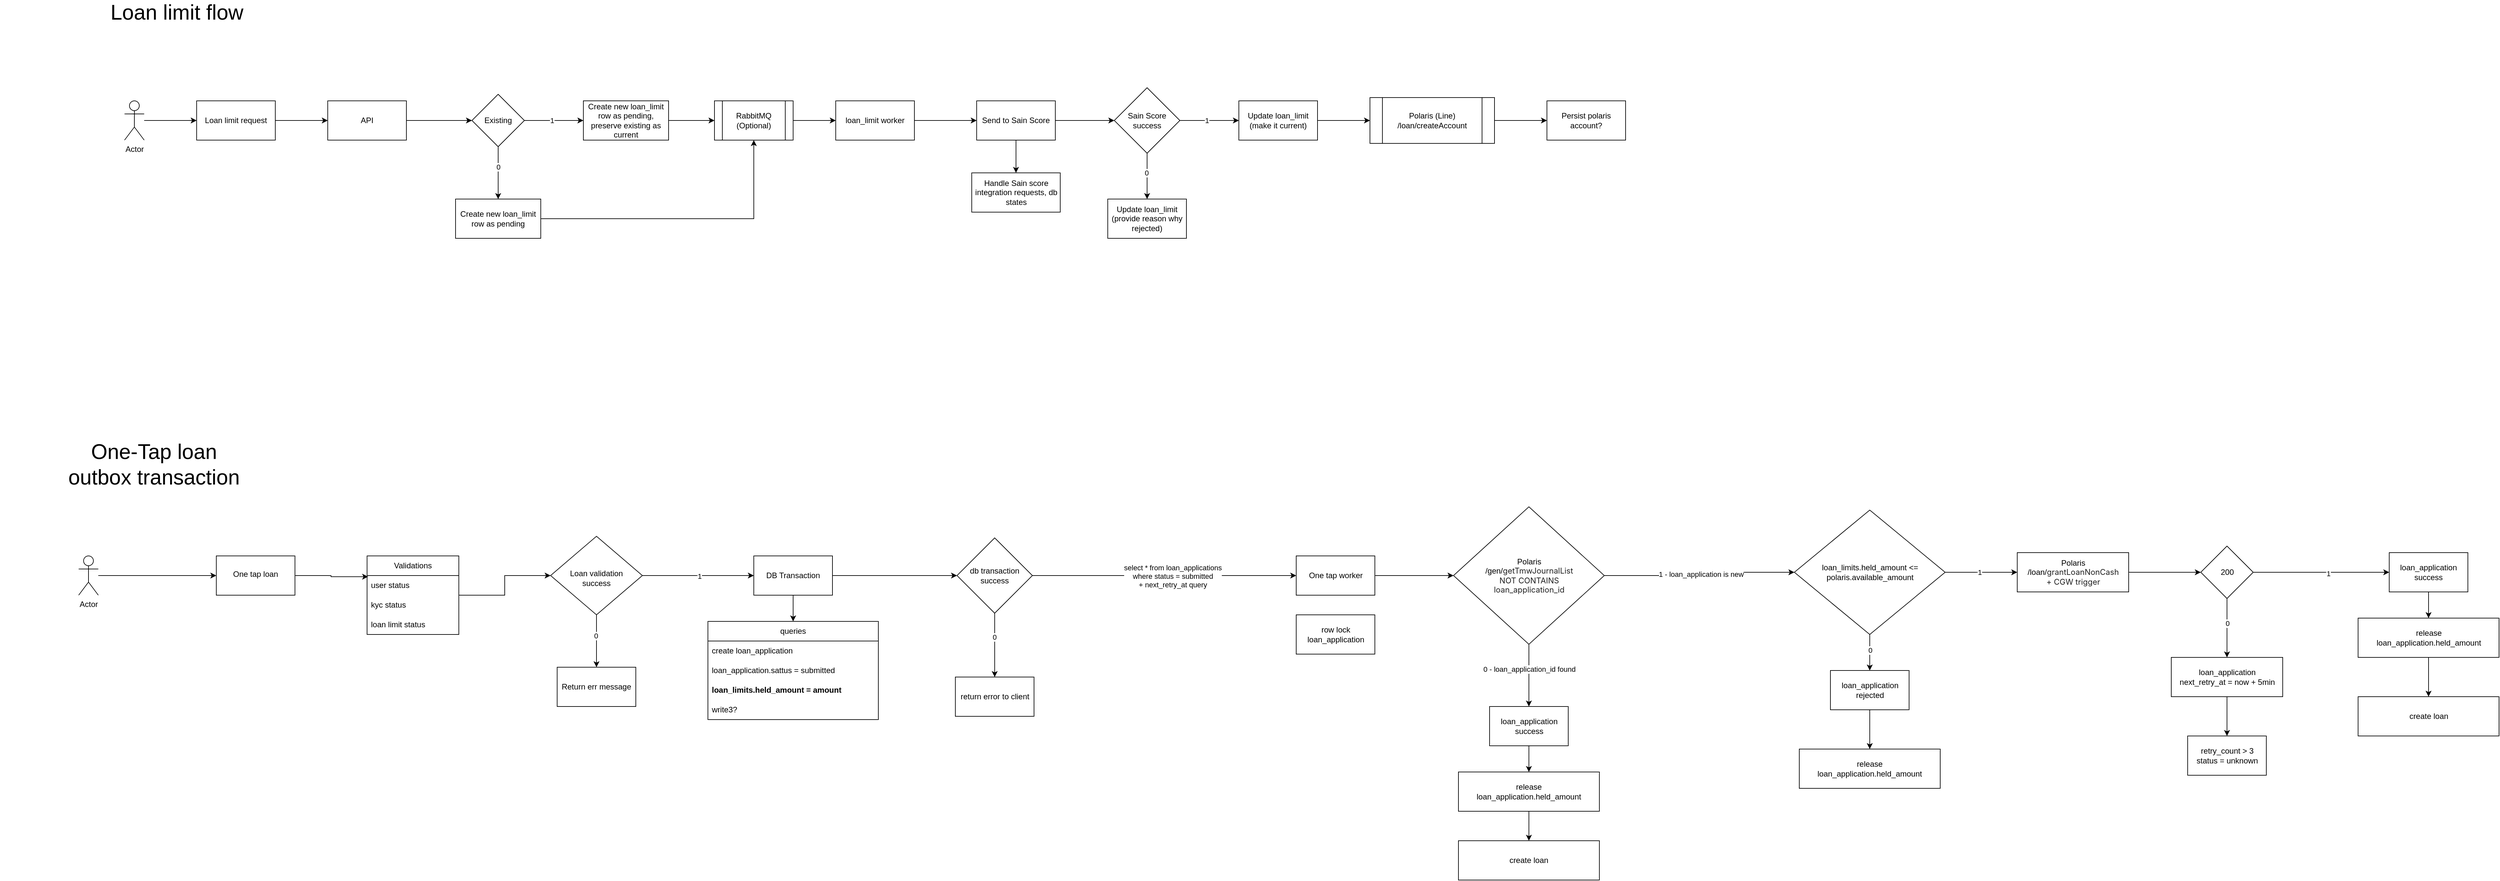
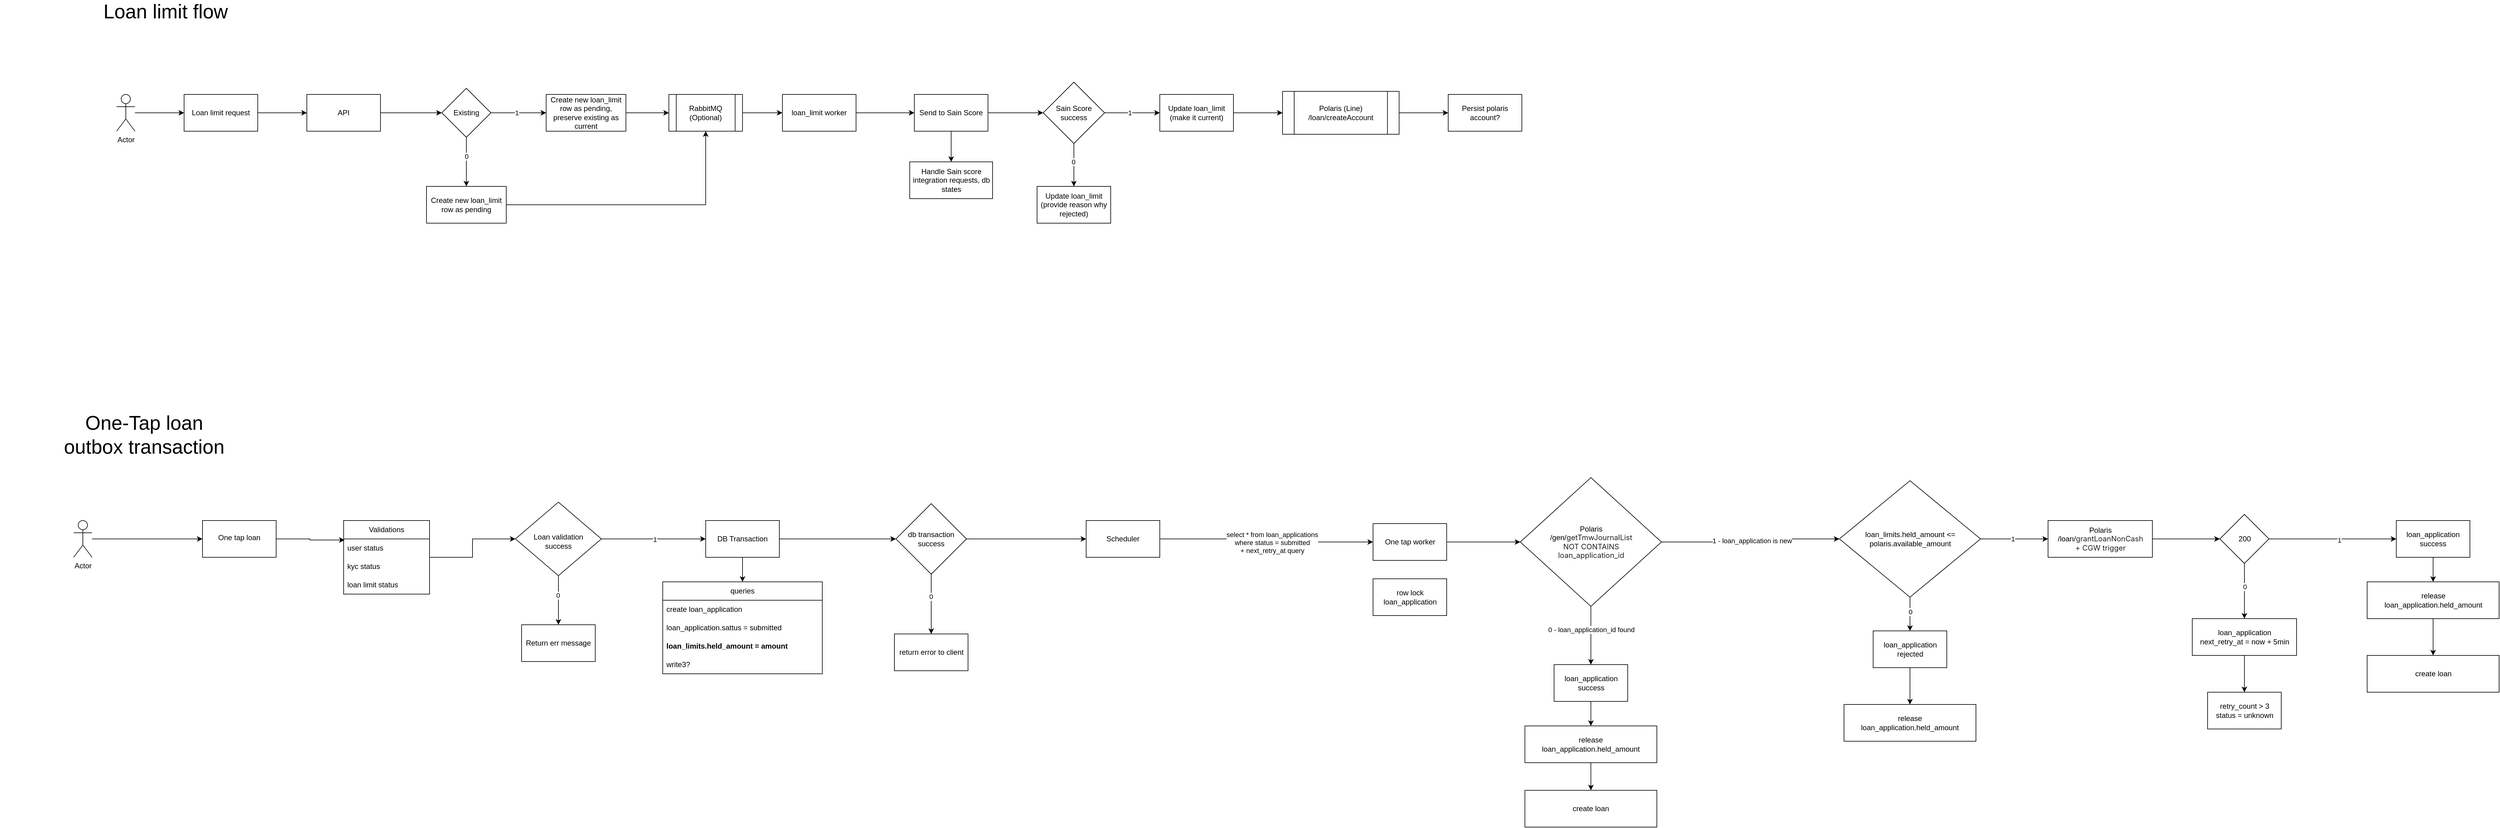
<mxfile host="app.diagrams.net">
  <diagram name="Page-1" id="VCBSuIh8bz7kurrQ0Zaz">
-     <mxGraphModel dx="2338" dy="870" grid="1" gridSize="10" guides="1" tooltips="1" connect="1" arrows="1" fold="1" page="1" pageScale="1" pageWidth="850" pageHeight="1100" math="0" shadow="0">
+     <mxGraphModel dx="2067" dy="712" grid="1" gridSize="10" guides="1" tooltips="1" connect="1" arrows="1" fold="1" page="1" pageScale="1" pageWidth="850" pageHeight="1100" math="0" shadow="0">
      <root>
        <mxCell id="0" />
        <mxCell id="1" parent="0" />
        <mxCell id="KqixbsF9o6dLofBvsG9t-5" edge="1" parent="1" source="KqixbsF9o6dLofBvsG9t-1" style="edgeStyle=orthogonalEdgeStyle;rounded=0;orthogonalLoop=1;jettySize=auto;html=1;" target="KqixbsF9o6dLofBvsG9t-4" value="">
          <mxGeometry relative="1" as="geometry" />
        </mxCell>
        <mxCell id="KqixbsF9o6dLofBvsG9t-1" parent="1" style="rounded=0;whiteSpace=wrap;html=1;" value="Loan limit request" vertex="1">
          <mxGeometry height="60" width="120" x="150" y="210" as="geometry" />
        </mxCell>
        <mxCell id="KqixbsF9o6dLofBvsG9t-3" edge="1" parent="1" source="KqixbsF9o6dLofBvsG9t-2" style="edgeStyle=orthogonalEdgeStyle;rounded=0;orthogonalLoop=1;jettySize=auto;html=1;" target="KqixbsF9o6dLofBvsG9t-1" value="">
          <mxGeometry relative="1" as="geometry" />
        </mxCell>
        <mxCell id="KqixbsF9o6dLofBvsG9t-2" parent="1" style="shape=umlActor;verticalLabelPosition=bottom;verticalAlign=top;html=1;outlineConnect=0;" value="Actor" vertex="1">
          <mxGeometry height="60" width="30" x="40" y="210" as="geometry" />
        </mxCell>
        <mxCell id="KqixbsF9o6dLofBvsG9t-9" edge="1" parent="1" source="KqixbsF9o6dLofBvsG9t-4" style="edgeStyle=orthogonalEdgeStyle;rounded=0;orthogonalLoop=1;jettySize=auto;html=1;" target="KqixbsF9o6dLofBvsG9t-8" value="">
          <mxGeometry relative="1" as="geometry" />
        </mxCell>
        <mxCell id="KqixbsF9o6dLofBvsG9t-4" parent="1" style="rounded=0;whiteSpace=wrap;html=1;" value="API" vertex="1">
          <mxGeometry height="60" width="120" x="350" y="210" as="geometry" />
        </mxCell>
        <mxCell id="KqixbsF9o6dLofBvsG9t-11" edge="1" parent="1" source="KqixbsF9o6dLofBvsG9t-8" style="edgeStyle=orthogonalEdgeStyle;rounded=0;orthogonalLoop=1;jettySize=auto;html=1;" target="KqixbsF9o6dLofBvsG9t-10" value="">
          <mxGeometry relative="1" as="geometry" />
        </mxCell>
        <mxCell id="KqixbsF9o6dLofBvsG9t-12" connectable="0" parent="KqixbsF9o6dLofBvsG9t-11" style="edgeLabel;html=1;align=center;verticalAlign=middle;resizable=0;points=[];" value="1" vertex="1">
          <mxGeometry relative="1" x="-0.079" as="geometry">
            <mxPoint as="offset" />
          </mxGeometry>
        </mxCell>
        <mxCell id="KqixbsF9o6dLofBvsG9t-14" edge="1" parent="1" source="KqixbsF9o6dLofBvsG9t-8" style="edgeStyle=orthogonalEdgeStyle;rounded=0;orthogonalLoop=1;jettySize=auto;html=1;" target="KqixbsF9o6dLofBvsG9t-13" value="">
          <mxGeometry relative="1" as="geometry" />
        </mxCell>
        <mxCell id="KqixbsF9o6dLofBvsG9t-15" connectable="0" parent="KqixbsF9o6dLofBvsG9t-14" style="edgeLabel;html=1;align=center;verticalAlign=middle;resizable=0;points=[];" value="0" vertex="1">
          <mxGeometry relative="1" x="-0.2407" as="geometry">
            <mxPoint as="offset" />
          </mxGeometry>
        </mxCell>
        <mxCell id="KqixbsF9o6dLofBvsG9t-8" parent="1" style="rhombus;whiteSpace=wrap;html=1;rounded=0;" value="Existing" vertex="1">
          <mxGeometry height="80" width="80" x="570" y="200" as="geometry" />
        </mxCell>
        <mxCell id="KqixbsF9o6dLofBvsG9t-23" edge="1" parent="1" source="KqixbsF9o6dLofBvsG9t-10" style="edgeStyle=orthogonalEdgeStyle;rounded=0;orthogonalLoop=1;jettySize=auto;html=1;" target="KqixbsF9o6dLofBvsG9t-22" value="">
          <mxGeometry relative="1" as="geometry" />
        </mxCell>
        <mxCell id="KqixbsF9o6dLofBvsG9t-10" parent="1" style="whiteSpace=wrap;html=1;rounded=0;" value="Create new loan_limit row as pending, preserve existing as current" vertex="1">
          <mxGeometry height="60" width="130" x="740" y="210" as="geometry" />
        </mxCell>
        <mxCell id="KqixbsF9o6dLofBvsG9t-26" edge="1" parent="1" source="KqixbsF9o6dLofBvsG9t-13" style="edgeStyle=orthogonalEdgeStyle;rounded=0;orthogonalLoop=1;jettySize=auto;html=1;entryX=0.5;entryY=1;entryDx=0;entryDy=0;" target="KqixbsF9o6dLofBvsG9t-22">
          <mxGeometry relative="1" as="geometry" />
        </mxCell>
        <mxCell id="KqixbsF9o6dLofBvsG9t-13" parent="1" style="whiteSpace=wrap;html=1;rounded=0;" value="Create new loan_limit row as pending" vertex="1">
          <mxGeometry height="60" width="130" x="545" y="360" as="geometry" />
        </mxCell>
        <mxCell id="KqixbsF9o6dLofBvsG9t-25" edge="1" parent="1" source="KqixbsF9o6dLofBvsG9t-22" style="edgeStyle=orthogonalEdgeStyle;rounded=0;orthogonalLoop=1;jettySize=auto;html=1;" target="KqixbsF9o6dLofBvsG9t-24" value="">
          <mxGeometry relative="1" as="geometry" />
        </mxCell>
        <mxCell id="KqixbsF9o6dLofBvsG9t-22" parent="1" style="shape=process;whiteSpace=wrap;html=1;backgroundOutline=1;rounded=0;" value="RabbitMQ (Optional)" vertex="1">
          <mxGeometry height="60" width="120" x="940" y="210" as="geometry" />
        </mxCell>
        <mxCell id="KqixbsF9o6dLofBvsG9t-28" edge="1" parent="1" source="KqixbsF9o6dLofBvsG9t-24" style="edgeStyle=orthogonalEdgeStyle;rounded=0;orthogonalLoop=1;jettySize=auto;html=1;" target="KqixbsF9o6dLofBvsG9t-27" value="">
          <mxGeometry relative="1" as="geometry" />
        </mxCell>
        <mxCell id="KqixbsF9o6dLofBvsG9t-24" parent="1" style="whiteSpace=wrap;html=1;rounded=0;" value="loan_limit worker" vertex="1">
          <mxGeometry height="60" width="120" x="1125" y="210" as="geometry" />
        </mxCell>
        <mxCell id="KqixbsF9o6dLofBvsG9t-30" edge="1" parent="1" source="KqixbsF9o6dLofBvsG9t-27" style="edgeStyle=orthogonalEdgeStyle;rounded=0;orthogonalLoop=1;jettySize=auto;html=1;" target="KqixbsF9o6dLofBvsG9t-29" value="">
          <mxGeometry relative="1" as="geometry" />
        </mxCell>
        <mxCell id="KqixbsF9o6dLofBvsG9t-38" edge="1" parent="1" source="KqixbsF9o6dLofBvsG9t-27" style="edgeStyle=orthogonalEdgeStyle;rounded=0;orthogonalLoop=1;jettySize=auto;html=1;" target="KqixbsF9o6dLofBvsG9t-37" value="">
          <mxGeometry relative="1" as="geometry" />
        </mxCell>
        <mxCell id="KqixbsF9o6dLofBvsG9t-27" parent="1" style="whiteSpace=wrap;html=1;rounded=0;" value="Send to Sain Score" vertex="1">
          <mxGeometry height="60" width="120" x="1340" y="210" as="geometry" />
        </mxCell>
        <mxCell id="KqixbsF9o6dLofBvsG9t-32" edge="1" parent="1" source="KqixbsF9o6dLofBvsG9t-29" style="edgeStyle=orthogonalEdgeStyle;rounded=0;orthogonalLoop=1;jettySize=auto;html=1;" target="KqixbsF9o6dLofBvsG9t-31" value="">
          <mxGeometry relative="1" as="geometry" />
        </mxCell>
        <mxCell id="KqixbsF9o6dLofBvsG9t-33" connectable="0" parent="KqixbsF9o6dLofBvsG9t-32" style="edgeLabel;html=1;align=center;verticalAlign=middle;resizable=0;points=[];" value="1" vertex="1">
          <mxGeometry relative="1" x="-0.1048" as="geometry">
            <mxPoint as="offset" />
          </mxGeometry>
        </mxCell>
        <mxCell id="KqixbsF9o6dLofBvsG9t-35" edge="1" parent="1" source="KqixbsF9o6dLofBvsG9t-29" style="edgeStyle=orthogonalEdgeStyle;rounded=0;orthogonalLoop=1;jettySize=auto;html=1;" target="KqixbsF9o6dLofBvsG9t-34" value="">
          <mxGeometry relative="1" as="geometry" />
        </mxCell>
        <mxCell id="KqixbsF9o6dLofBvsG9t-36" connectable="0" parent="KqixbsF9o6dLofBvsG9t-35" style="edgeLabel;html=1;align=center;verticalAlign=middle;resizable=0;points=[];" value="0" vertex="1">
          <mxGeometry relative="1" x="-0.1429" y="-1" as="geometry">
            <mxPoint as="offset" />
          </mxGeometry>
        </mxCell>
        <mxCell id="KqixbsF9o6dLofBvsG9t-29" parent="1" style="rhombus;whiteSpace=wrap;html=1;rounded=0;" value="Sain Score success" vertex="1">
          <mxGeometry height="100" width="100" x="1550" y="190" as="geometry" />
        </mxCell>
        <mxCell id="KqixbsF9o6dLofBvsG9t-66" edge="1" parent="1" source="KqixbsF9o6dLofBvsG9t-31" style="edgeStyle=orthogonalEdgeStyle;rounded=0;orthogonalLoop=1;jettySize=auto;html=1;" target="KqixbsF9o6dLofBvsG9t-65" value="">
          <mxGeometry relative="1" as="geometry" />
        </mxCell>
        <mxCell id="KqixbsF9o6dLofBvsG9t-31" parent="1" style="whiteSpace=wrap;html=1;rounded=0;" value="Update loan_limit (make it current)" vertex="1">
          <mxGeometry height="60" width="120" x="1740" y="210" as="geometry" />
        </mxCell>
        <mxCell id="KqixbsF9o6dLofBvsG9t-34" parent="1" style="whiteSpace=wrap;html=1;rounded=0;" value="Update loan_limit&lt;br&gt;(provide reason why rejected)" vertex="1">
          <mxGeometry height="60" width="120" x="1540" y="360" as="geometry" />
        </mxCell>
        <mxCell id="KqixbsF9o6dLofBvsG9t-37" parent="1" style="whiteSpace=wrap;html=1;rounded=0;" value="Handle Sain score integration requests, db states" vertex="1">
          <mxGeometry height="60" width="135" x="1332.5" y="320" as="geometry" />
        </mxCell>
        <mxCell id="KqixbsF9o6dLofBvsG9t-40" parent="1" style="text;html=1;whiteSpace=wrap;strokeColor=none;fillColor=none;align=center;verticalAlign=middle;rounded=0;fontSize=32;" value="Loan limit flow" vertex="1">
          <mxGeometry height="30" width="260" x="-10" y="60" as="geometry" />
        </mxCell>
        <mxCell id="KqixbsF9o6dLofBvsG9t-74" edge="1" parent="1" source="KqixbsF9o6dLofBvsG9t-65" style="edgeStyle=orthogonalEdgeStyle;rounded=0;orthogonalLoop=1;jettySize=auto;html=1;" target="KqixbsF9o6dLofBvsG9t-73" value="">
          <mxGeometry relative="1" as="geometry" />
        </mxCell>
        <mxCell id="KqixbsF9o6dLofBvsG9t-65" parent="1" style="shape=process;whiteSpace=wrap;html=1;backgroundOutline=1;rounded=0;" value="Polaris (Line)&lt;br&gt;/loan/createAccount" vertex="1">
          <mxGeometry height="70" width="190" x="1940" y="205" as="geometry" />
        </mxCell>
        <mxCell id="KqixbsF9o6dLofBvsG9t-73" parent="1" style="whiteSpace=wrap;html=1;rounded=0;" value="Persist polaris account?" vertex="1">
          <mxGeometry height="60" width="120" x="2210" y="210" as="geometry" />
        </mxCell>
        <mxCell id="U8Ajh8Gpa-m2DNKNFQys-1" parent="1" style="text;html=1;whiteSpace=wrap;strokeColor=none;fillColor=none;align=center;verticalAlign=middle;rounded=0;fontSize=32;" value="One-Tap loan&lt;br&gt;outbox transaction" vertex="1">
          <mxGeometry height="30" width="470" x="-150" y="750" as="geometry" />
        </mxCell>
        <mxCell id="In8fDh9ZLN2M87an2Miy-1" edge="1" parent="1" source="In8fDh9ZLN2M87an2Miy-2" style="edgeStyle=orthogonalEdgeStyle;rounded=0;orthogonalLoop=1;jettySize=auto;html=1;" target="In8fDh9ZLN2M87an2Miy-4" value="">
          <mxGeometry relative="1" as="geometry" />
        </mxCell>
        <mxCell id="In8fDh9ZLN2M87an2Miy-2" parent="1" style="shape=umlActor;verticalLabelPosition=bottom;verticalAlign=top;html=1;outlineConnect=0;" value="Actor" vertex="1">
          <mxGeometry height="60" width="30" x="-30" y="905" as="geometry" />
        </mxCell>
        <mxCell id="In8fDh9ZLN2M87an2Miy-3" edge="1" parent="1" source="In8fDh9ZLN2M87an2Miy-4" style="edgeStyle=orthogonalEdgeStyle;rounded=0;orthogonalLoop=1;jettySize=auto;html=1;entryX=0.011;entryY=0.06;entryDx=0;entryDy=0;entryPerimeter=0;" target="In8fDh9ZLN2M87an2Miy-28" value="">
          <mxGeometry relative="1" as="geometry">
            <mxPoint x="390" y="935" as="targetPoint" />
          </mxGeometry>
        </mxCell>
        <mxCell id="In8fDh9ZLN2M87an2Miy-4" parent="1" style="whiteSpace=wrap;html=1;verticalAlign=top;" value="&lt;div&gt;&lt;br&gt;&lt;/div&gt;&lt;div&gt;One tap loan&lt;/div&gt;" vertex="1">
          <mxGeometry height="60" width="120" x="180" y="905" as="geometry" />
        </mxCell>
        <mxCell id="In8fDh9ZLN2M87an2Miy-5" edge="1" parent="1" source="In8fDh9ZLN2M87an2Miy-9" style="edgeStyle=orthogonalEdgeStyle;rounded=0;orthogonalLoop=1;jettySize=auto;html=1;" target="In8fDh9ZLN2M87an2Miy-12" value="">
          <mxGeometry relative="1" as="geometry" />
        </mxCell>
        <mxCell id="In8fDh9ZLN2M87an2Miy-6" connectable="0" parent="In8fDh9ZLN2M87an2Miy-5" style="edgeLabel;html=1;align=center;verticalAlign=middle;resizable=0;points=[];" value="1" vertex="1">
          <mxGeometry relative="1" x="0.0162" y="-1" as="geometry">
            <mxPoint as="offset" />
          </mxGeometry>
        </mxCell>
        <mxCell id="In8fDh9ZLN2M87an2Miy-7" edge="1" parent="1" source="In8fDh9ZLN2M87an2Miy-9" style="edgeStyle=orthogonalEdgeStyle;rounded=0;orthogonalLoop=1;jettySize=auto;html=1;" target="In8fDh9ZLN2M87an2Miy-13" value="">
          <mxGeometry relative="1" as="geometry" />
        </mxCell>
        <mxCell id="In8fDh9ZLN2M87an2Miy-8" connectable="0" parent="In8fDh9ZLN2M87an2Miy-7" style="edgeLabel;html=1;align=center;verticalAlign=middle;resizable=0;points=[];" value="0" vertex="1">
          <mxGeometry relative="1" x="-0.2091" y="-1" as="geometry">
            <mxPoint as="offset" />
          </mxGeometry>
        </mxCell>
        <mxCell id="In8fDh9ZLN2M87an2Miy-9" parent="1" style="rhombus;whiteSpace=wrap;html=1;verticalAlign=top;" value="&lt;br&gt;&lt;br&gt;&lt;div&gt;&lt;br&gt;&lt;/div&gt;&lt;div&gt;Loan validation&lt;br&gt;success&lt;/div&gt;" vertex="1">
          <mxGeometry height="120" width="140" x="690" y="875" as="geometry" />
        </mxCell>
        <mxCell id="In8fDh9ZLN2M87an2Miy-10" edge="1" parent="1" source="In8fDh9ZLN2M87an2Miy-12" style="edgeStyle=orthogonalEdgeStyle;rounded=0;orthogonalLoop=1;jettySize=auto;html=1;entryX=0.5;entryY=0;entryDx=0;entryDy=0;" target="In8fDh9ZLN2M87an2Miy-14">
          <mxGeometry relative="1" as="geometry" />
        </mxCell>
-         <mxCell id="In8fDh9ZLN2M87an2Miy-54" edge="1" parent="1" source="In8fDh9ZLN2M87an2Miy-98" style="edgeStyle=orthogonalEdgeStyle;rounded=0;orthogonalLoop=1;jettySize=auto;html=1;exitX=1;exitY=0.5;exitDx=0;exitDy=0;" target="In8fDh9ZLN2M87an2Miy-53" value="">
+         <mxCell id="In8fDh9ZLN2M87an2Miy-54" edge="1" parent="1" source="In8fDh9ZLN2M87an2Miy-105" style="edgeStyle=orthogonalEdgeStyle;rounded=0;orthogonalLoop=1;jettySize=auto;html=1;exitX=1;exitY=0.5;exitDx=0;exitDy=0;" target="In8fDh9ZLN2M87an2Miy-53" value="">
          <mxGeometry relative="1" as="geometry">
-             <mxPoint x="1370" y="935" as="sourcePoint" />
+             <mxPoint x="1830" y="940" as="sourcePoint" />
          </mxGeometry>
        </mxCell>
        <mxCell id="In8fDh9ZLN2M87an2Miy-55" connectable="0" parent="In8fDh9ZLN2M87an2Miy-54" style="edgeLabel;html=1;align=center;verticalAlign=middle;resizable=0;points=[];" value="select * from loan_applications&lt;br&gt;where status = submitted&lt;br&gt;+ next_retry_at query" vertex="1">
          <mxGeometry relative="1" x="0.0637" y="-1" as="geometry">
            <mxPoint as="offset" />
          </mxGeometry>
        </mxCell>
        <mxCell id="In8fDh9ZLN2M87an2Miy-99" edge="1" parent="1" source="In8fDh9ZLN2M87an2Miy-12" style="edgeStyle=orthogonalEdgeStyle;rounded=0;orthogonalLoop=1;jettySize=auto;html=1;" target="In8fDh9ZLN2M87an2Miy-98" value="">
          <mxGeometry relative="1" as="geometry" />
        </mxCell>
        <mxCell id="In8fDh9ZLN2M87an2Miy-12" parent="1" style="whiteSpace=wrap;html=1;verticalAlign=middle;" value="DB Transaction" vertex="1">
          <mxGeometry height="60" width="120" x="1000" y="905" as="geometry" />
        </mxCell>
        <mxCell id="In8fDh9ZLN2M87an2Miy-13" parent="1" style="whiteSpace=wrap;html=1;verticalAlign=middle;" value="Return err message" vertex="1">
          <mxGeometry height="60" width="120" x="700" y="1075" as="geometry" />
        </mxCell>
        <mxCell id="In8fDh9ZLN2M87an2Miy-14" parent="1" style="swimlane;fontStyle=0;childLayout=stackLayout;horizontal=1;startSize=30;horizontalStack=0;resizeParent=1;resizeParentMax=0;resizeLast=0;collapsible=1;marginBottom=0;whiteSpace=wrap;html=1;" value="queries" vertex="1">
          <mxGeometry height="150" width="260" x="930" y="1005" as="geometry" />
        </mxCell>
        <mxCell id="In8fDh9ZLN2M87an2Miy-15" parent="In8fDh9ZLN2M87an2Miy-14" style="text;strokeColor=none;fillColor=none;align=left;verticalAlign=middle;spacingLeft=4;spacingRight=4;overflow=hidden;points=[[0,0.5],[1,0.5]];portConstraint=eastwest;rotatable=0;whiteSpace=wrap;html=1;" value="create loan_application" vertex="1">
          <mxGeometry height="30" width="260" y="30" as="geometry" />
        </mxCell>
        <mxCell id="In8fDh9ZLN2M87an2Miy-104" parent="In8fDh9ZLN2M87an2Miy-14" style="text;strokeColor=none;fillColor=none;align=left;verticalAlign=middle;spacingLeft=4;spacingRight=4;overflow=hidden;points=[[0,0.5],[1,0.5]];portConstraint=eastwest;rotatable=0;whiteSpace=wrap;html=1;" value="loan_application.sattus = submitted" vertex="1">
          <mxGeometry height="30" width="260" y="60" as="geometry" />
        </mxCell>
        <mxCell id="In8fDh9ZLN2M87an2Miy-16" parent="In8fDh9ZLN2M87an2Miy-14" style="text;strokeColor=none;fillColor=none;align=left;verticalAlign=middle;spacingLeft=4;spacingRight=4;overflow=hidden;points=[[0,0.5],[1,0.5]];portConstraint=eastwest;rotatable=0;whiteSpace=wrap;html=1;fontStyle=1" value="loan_limits.held_amount = amount" vertex="1">
          <mxGeometry height="30" width="260" y="90" as="geometry" />
        </mxCell>
        <mxCell id="In8fDh9ZLN2M87an2Miy-17" parent="In8fDh9ZLN2M87an2Miy-14" style="text;strokeColor=none;fillColor=none;align=left;verticalAlign=middle;spacingLeft=4;spacingRight=4;overflow=hidden;points=[[0,0.5],[1,0.5]];portConstraint=eastwest;rotatable=0;whiteSpace=wrap;html=1;" value="write3?" vertex="1">
          <mxGeometry height="30" width="260" y="120" as="geometry" />
        </mxCell>
        <mxCell id="In8fDh9ZLN2M87an2Miy-32" edge="1" parent="1" source="In8fDh9ZLN2M87an2Miy-27" style="edgeStyle=orthogonalEdgeStyle;rounded=0;orthogonalLoop=1;jettySize=auto;html=1;entryX=0;entryY=0.5;entryDx=0;entryDy=0;" target="In8fDh9ZLN2M87an2Miy-9">
          <mxGeometry relative="1" as="geometry" />
        </mxCell>
        <mxCell id="In8fDh9ZLN2M87an2Miy-27" parent="1" style="swimlane;fontStyle=0;childLayout=stackLayout;horizontal=1;startSize=30;horizontalStack=0;resizeParent=1;resizeParentMax=0;resizeLast=0;collapsible=1;marginBottom=0;whiteSpace=wrap;html=1;" value="Validations" vertex="1">
          <mxGeometry height="120" width="140" x="410" y="905" as="geometry" />
        </mxCell>
        <mxCell id="In8fDh9ZLN2M87an2Miy-28" parent="In8fDh9ZLN2M87an2Miy-27" style="text;strokeColor=none;fillColor=none;align=left;verticalAlign=middle;spacingLeft=4;spacingRight=4;overflow=hidden;points=[[0,0.5],[1,0.5]];portConstraint=eastwest;rotatable=0;whiteSpace=wrap;html=1;" value="user status" vertex="1">
          <mxGeometry height="30" width="140" y="30" as="geometry" />
        </mxCell>
        <mxCell id="In8fDh9ZLN2M87an2Miy-29" parent="In8fDh9ZLN2M87an2Miy-27" style="text;strokeColor=none;fillColor=none;align=left;verticalAlign=middle;spacingLeft=4;spacingRight=4;overflow=hidden;points=[[0,0.5],[1,0.5]];portConstraint=eastwest;rotatable=0;whiteSpace=wrap;html=1;" value="kyc status" vertex="1">
          <mxGeometry height="30" width="140" y="60" as="geometry" />
        </mxCell>
        <mxCell id="In8fDh9ZLN2M87an2Miy-33" parent="In8fDh9ZLN2M87an2Miy-27" style="text;strokeColor=none;fillColor=none;align=left;verticalAlign=middle;spacingLeft=4;spacingRight=4;overflow=hidden;points=[[0,0.5],[1,0.5]];portConstraint=eastwest;rotatable=0;whiteSpace=wrap;html=1;" value="loan limit status" vertex="1">
          <mxGeometry height="30" width="140" y="90" as="geometry" />
        </mxCell>
        <mxCell id="In8fDh9ZLN2M87an2Miy-70" edge="1" parent="1" source="In8fDh9ZLN2M87an2Miy-53" style="edgeStyle=orthogonalEdgeStyle;rounded=0;orthogonalLoop=1;jettySize=auto;html=1;entryX=0;entryY=0.5;entryDx=0;entryDy=0;" target="In8fDh9ZLN2M87an2Miy-69">
          <mxGeometry relative="1" as="geometry" />
        </mxCell>
        <mxCell id="In8fDh9ZLN2M87an2Miy-53" parent="1" style="whiteSpace=wrap;html=1;" value="One tap worker" vertex="1">
-           <mxGeometry height="60" width="120" x="1827.5" y="905" as="geometry" />
+           <mxGeometry height="60" width="120" x="2087.5" y="910" as="geometry" />
        </mxCell>
        <mxCell id="In8fDh9ZLN2M87an2Miy-67" edge="1" parent="1" source="In8fDh9ZLN2M87an2Miy-58" style="edgeStyle=orthogonalEdgeStyle;rounded=0;orthogonalLoop=1;jettySize=auto;html=1;entryX=0;entryY=0.5;entryDx=0;entryDy=0;" target="In8fDh9ZLN2M87an2Miy-66" value="">
          <mxGeometry relative="1" as="geometry">
-             <mxPoint x="3222.5" y="930" as="targetPoint" />
+             <mxPoint x="3482.5" y="935" as="targetPoint" />
          </mxGeometry>
        </mxCell>
        <mxCell id="In8fDh9ZLN2M87an2Miy-58" parent="1" style="whiteSpace=wrap;html=1;" value="Polaris /loan/&lt;span style=&quot;color: rgb(33, 33, 33); font-family: Inter, system-ui, -apple-system, &amp;quot;system-ui&amp;quot;, &amp;quot;Segoe UI&amp;quot;, Roboto, Oxygen, Ubuntu, Cantarell, &amp;quot;Fira Sans&amp;quot;, &amp;quot;Droid Sans&amp;quot;, Helvetica, Arial, sans-serif; text-align: left; white-space: pre-wrap; background-color: rgb(255, 255, 255);&quot;&gt;grantLoanNonCash&lt;br/&gt;+ CGW trigger&lt;/span&gt;" vertex="1">
-           <mxGeometry height="60" width="170" x="2927.5" y="900" as="geometry" />
+           <mxGeometry height="60" width="170" x="3187.5" y="905" as="geometry" />
        </mxCell>
        <mxCell id="In8fDh9ZLN2M87an2Miy-62" edge="1" parent="1" source="In8fDh9ZLN2M87an2Miy-59" style="edgeStyle=orthogonalEdgeStyle;rounded=0;orthogonalLoop=1;jettySize=auto;html=1;" target="In8fDh9ZLN2M87an2Miy-61" value="">
          <mxGeometry relative="1" as="geometry" />
        </mxCell>
        <mxCell id="In8fDh9ZLN2M87an2Miy-91" connectable="0" parent="In8fDh9ZLN2M87an2Miy-62" style="edgeLabel;html=1;align=center;verticalAlign=middle;resizable=0;points=[];" value="0" vertex="1">
          <mxGeometry relative="1" x="-0.1431" as="geometry">
            <mxPoint as="offset" />
          </mxGeometry>
        </mxCell>
        <mxCell id="In8fDh9ZLN2M87an2Miy-65" edge="1" parent="1" source="In8fDh9ZLN2M87an2Miy-59" style="edgeStyle=orthogonalEdgeStyle;rounded=0;orthogonalLoop=1;jettySize=auto;html=1;" target="In8fDh9ZLN2M87an2Miy-58">
          <mxGeometry relative="1" as="geometry" />
        </mxCell>
        <mxCell id="In8fDh9ZLN2M87an2Miy-90" connectable="0" parent="In8fDh9ZLN2M87an2Miy-65" style="edgeLabel;html=1;align=center;verticalAlign=middle;resizable=0;points=[];" value="1" vertex="1">
          <mxGeometry relative="1" x="-0.0451" as="geometry">
            <mxPoint as="offset" />
          </mxGeometry>
        </mxCell>
        <mxCell id="In8fDh9ZLN2M87an2Miy-59" parent="1" style="rhombus;whiteSpace=wrap;html=1;" value="loan_limits.held_amount &amp;lt;= polaris.available_amount" vertex="1">
-           <mxGeometry height="190" width="230" x="2587.5" y="835" as="geometry" />
+           <mxGeometry height="190" width="230" x="2847.5" y="840" as="geometry" />
        </mxCell>
        <mxCell id="In8fDh9ZLN2M87an2Miy-64" edge="1" parent="1" source="In8fDh9ZLN2M87an2Miy-61" style="edgeStyle=orthogonalEdgeStyle;rounded=0;orthogonalLoop=1;jettySize=auto;html=1;" target="In8fDh9ZLN2M87an2Miy-63" value="">
          <mxGeometry relative="1" as="geometry" />
        </mxCell>
        <mxCell id="In8fDh9ZLN2M87an2Miy-61" parent="1" style="whiteSpace=wrap;html=1;" value="loan_application&lt;br&gt;rejected" vertex="1">
-           <mxGeometry height="60" width="120" x="2642.5" y="1080" as="geometry" />
+           <mxGeometry height="60" width="120" x="2902.5" y="1085" as="geometry" />
        </mxCell>
        <mxCell id="In8fDh9ZLN2M87an2Miy-63" parent="1" style="whiteSpace=wrap;html=1;" value="release &lt;br&gt;loan_application.held_amount" vertex="1">
-           <mxGeometry height="60" width="215" x="2595" y="1200" as="geometry" />
+           <mxGeometry height="60" width="215" x="2855" y="1205" as="geometry" />
        </mxCell>
        <mxCell id="In8fDh9ZLN2M87an2Miy-81" edge="1" parent="1" source="In8fDh9ZLN2M87an2Miy-66" style="edgeStyle=orthogonalEdgeStyle;rounded=0;orthogonalLoop=1;jettySize=auto;html=1;entryX=0;entryY=0.5;entryDx=0;entryDy=0;" target="In8fDh9ZLN2M87an2Miy-79">
          <mxGeometry relative="1" as="geometry" />
        </mxCell>
        <mxCell id="In8fDh9ZLN2M87an2Miy-92" connectable="0" parent="In8fDh9ZLN2M87an2Miy-81" style="edgeLabel;html=1;align=center;verticalAlign=middle;resizable=0;points=[];" value="1" vertex="1">
          <mxGeometry relative="1" x="0.1055" y="-2" as="geometry">
            <mxPoint as="offset" />
          </mxGeometry>
        </mxCell>
        <mxCell id="In8fDh9ZLN2M87an2Miy-83" edge="1" parent="1" source="In8fDh9ZLN2M87an2Miy-66" style="edgeStyle=orthogonalEdgeStyle;rounded=0;orthogonalLoop=1;jettySize=auto;html=1;" target="In8fDh9ZLN2M87an2Miy-82" value="">
          <mxGeometry relative="1" as="geometry" />
        </mxCell>
        <mxCell id="In8fDh9ZLN2M87an2Miy-93" connectable="0" parent="In8fDh9ZLN2M87an2Miy-83" style="edgeLabel;html=1;align=center;verticalAlign=middle;resizable=0;points=[];" value="0" vertex="1">
          <mxGeometry relative="1" x="-0.1623" as="geometry">
            <mxPoint as="offset" />
          </mxGeometry>
        </mxCell>
        <mxCell id="In8fDh9ZLN2M87an2Miy-66" parent="1" style="rhombus;whiteSpace=wrap;html=1;" value="200" vertex="1">
-           <mxGeometry height="80" width="80" x="3207.5" y="890" as="geometry" />
+           <mxGeometry height="80" width="80" x="3467.5" y="895" as="geometry" />
        </mxCell>
        <mxCell id="In8fDh9ZLN2M87an2Miy-68" parent="1" style="whiteSpace=wrap;html=1;" value="row lock&lt;br&gt;loan_application" vertex="1">
-           <mxGeometry height="60" width="120" x="1827.5" y="995" as="geometry" />
+           <mxGeometry height="60" width="120" x="2087.5" y="1000" as="geometry" />
        </mxCell>
        <mxCell id="In8fDh9ZLN2M87an2Miy-71" edge="1" parent="1" source="In8fDh9ZLN2M87an2Miy-69" style="edgeStyle=orthogonalEdgeStyle;rounded=0;orthogonalLoop=1;jettySize=auto;html=1;entryX=0;entryY=0.5;entryDx=0;entryDy=0;" target="In8fDh9ZLN2M87an2Miy-59">
          <mxGeometry relative="1" as="geometry" />
        </mxCell>
        <mxCell id="In8fDh9ZLN2M87an2Miy-77" connectable="0" parent="In8fDh9ZLN2M87an2Miy-71" style="edgeLabel;html=1;align=center;verticalAlign=middle;resizable=0;points=[];" value="1 - loan_application is new" vertex="1">
          <mxGeometry relative="1" x="0.0312" y="-3" as="geometry">
            <mxPoint as="offset" />
          </mxGeometry>
        </mxCell>
        <mxCell id="In8fDh9ZLN2M87an2Miy-73" edge="1" parent="1" source="In8fDh9ZLN2M87an2Miy-69" style="edgeStyle=orthogonalEdgeStyle;rounded=0;orthogonalLoop=1;jettySize=auto;html=1;" target="In8fDh9ZLN2M87an2Miy-72" value="">
          <mxGeometry relative="1" as="geometry" />
        </mxCell>
        <mxCell id="In8fDh9ZLN2M87an2Miy-74" connectable="0" parent="In8fDh9ZLN2M87an2Miy-73" style="edgeLabel;html=1;align=center;verticalAlign=middle;resizable=0;points=[];" value="0 - loan_application_id found" vertex="1">
          <mxGeometry relative="1" x="-0.1975" as="geometry">
            <mxPoint as="offset" />
          </mxGeometry>
        </mxCell>
        <mxCell id="In8fDh9ZLN2M87an2Miy-69" parent="1" style="rhombus;whiteSpace=wrap;html=1;" value="Polaris&lt;br&gt;/gen/&lt;span style=&quot;white-space: pre-wrap; color: rgb(33, 33, 33); font-family: Inter, system-ui, -apple-system, &amp;quot;system-ui&amp;quot;, &amp;quot;Segoe UI&amp;quot;, Roboto, Oxygen, Ubuntu, Cantarell, &amp;quot;Fira Sans&amp;quot;, &amp;quot;Droid Sans&amp;quot;, Helvetica, Arial, sans-serif; text-align: left; background-color: rgb(255, 255, 255);&quot;&gt;getTmwJournalList&lt;br&gt;NOT CONTAINS&lt;br&gt;loan_application_id&lt;/span&gt;" vertex="1">
-           <mxGeometry height="210" width="230" x="2067.5" y="830" as="geometry" />
+           <mxGeometry height="210" width="230" x="2327.5" y="835" as="geometry" />
        </mxCell>
        <mxCell id="In8fDh9ZLN2M87an2Miy-76" edge="1" parent="1" source="In8fDh9ZLN2M87an2Miy-72" style="edgeStyle=orthogonalEdgeStyle;rounded=0;orthogonalLoop=1;jettySize=auto;html=1;" target="In8fDh9ZLN2M87an2Miy-75" value="">
          <mxGeometry relative="1" as="geometry" />
        </mxCell>
        <mxCell id="In8fDh9ZLN2M87an2Miy-72" parent="1" style="whiteSpace=wrap;html=1;" value="loan_application&lt;br&gt;success" vertex="1">
-           <mxGeometry height="60" width="120" x="2122.5" y="1135" as="geometry" />
+           <mxGeometry height="60" width="120" x="2382.5" y="1140" as="geometry" />
        </mxCell>
        <mxCell id="In8fDh9ZLN2M87an2Miy-85" edge="1" parent="1" source="In8fDh9ZLN2M87an2Miy-75" style="edgeStyle=orthogonalEdgeStyle;rounded=0;orthogonalLoop=1;jettySize=auto;html=1;" target="In8fDh9ZLN2M87an2Miy-84" value="">
          <mxGeometry relative="1" as="geometry" />
        </mxCell>
        <mxCell id="In8fDh9ZLN2M87an2Miy-75" parent="1" style="whiteSpace=wrap;html=1;" value="release &lt;br&gt;loan_application.held_amount" vertex="1">
-           <mxGeometry height="60" width="215" x="2075" y="1235" as="geometry" />
+           <mxGeometry height="60" width="215" x="2335" y="1240" as="geometry" />
        </mxCell>
        <mxCell id="In8fDh9ZLN2M87an2Miy-78" edge="1" parent="1" source="In8fDh9ZLN2M87an2Miy-79" style="edgeStyle=orthogonalEdgeStyle;rounded=0;orthogonalLoop=1;jettySize=auto;html=1;" target="In8fDh9ZLN2M87an2Miy-80" value="">
          <mxGeometry relative="1" as="geometry" />
        </mxCell>
        <mxCell id="In8fDh9ZLN2M87an2Miy-79" parent="1" style="whiteSpace=wrap;html=1;" value="loan_application&lt;br&gt;success" vertex="1">
-           <mxGeometry height="60" width="120" x="3495" y="900" as="geometry" />
+           <mxGeometry height="60" width="120" x="3755" y="905" as="geometry" />
        </mxCell>
        <mxCell id="In8fDh9ZLN2M87an2Miy-89" edge="1" parent="1" source="In8fDh9ZLN2M87an2Miy-80" style="edgeStyle=orthogonalEdgeStyle;rounded=0;orthogonalLoop=1;jettySize=auto;html=1;" target="In8fDh9ZLN2M87an2Miy-88" value="">
          <mxGeometry relative="1" as="geometry" />
        </mxCell>
        <mxCell id="In8fDh9ZLN2M87an2Miy-80" parent="1" style="whiteSpace=wrap;html=1;" value="release &lt;br&gt;loan_application.held_amount" vertex="1">
-           <mxGeometry height="60" width="215" x="3447.5" y="1000" as="geometry" />
+           <mxGeometry height="60" width="215" x="3707.5" y="1005" as="geometry" />
        </mxCell>
        <mxCell id="In8fDh9ZLN2M87an2Miy-95" edge="1" parent="1" source="In8fDh9ZLN2M87an2Miy-82" style="edgeStyle=orthogonalEdgeStyle;rounded=0;orthogonalLoop=1;jettySize=auto;html=1;" target="In8fDh9ZLN2M87an2Miy-94" value="">
          <mxGeometry relative="1" as="geometry" />
        </mxCell>
        <mxCell id="In8fDh9ZLN2M87an2Miy-82" parent="1" style="whiteSpace=wrap;html=1;" value="loan_application&lt;br&gt;next_retry_at = now + 5min" vertex="1">
-           <mxGeometry height="60" width="170" x="3162.5" y="1060" as="geometry" />
+           <mxGeometry height="60" width="170" x="3422.5" y="1065" as="geometry" />
        </mxCell>
        <mxCell id="In8fDh9ZLN2M87an2Miy-84" parent="1" style="whiteSpace=wrap;html=1;" value="create loan" vertex="1">
-           <mxGeometry height="60" width="215" x="2075" y="1340" as="geometry" />
+           <mxGeometry height="60" width="215" x="2335" y="1345" as="geometry" />
        </mxCell>
        <mxCell id="In8fDh9ZLN2M87an2Miy-88" parent="1" style="whiteSpace=wrap;html=1;" value="create loan" vertex="1">
-           <mxGeometry height="60" width="215" x="3447.5" y="1120" as="geometry" />
+           <mxGeometry height="60" width="215" x="3707.5" y="1125" as="geometry" />
        </mxCell>
        <mxCell id="In8fDh9ZLN2M87an2Miy-94" parent="1" style="whiteSpace=wrap;html=1;" value="retry_count &amp;gt; 3&lt;br&gt;status = unknown" vertex="1">
-           <mxGeometry height="60" width="120" x="3187.5" y="1180" as="geometry" />
+           <mxGeometry height="60" width="120" x="3447.5" y="1185" as="geometry" />
        </mxCell>
        <mxCell id="In8fDh9ZLN2M87an2Miy-101" edge="1" parent="1" source="In8fDh9ZLN2M87an2Miy-98" style="edgeStyle=orthogonalEdgeStyle;rounded=0;orthogonalLoop=1;jettySize=auto;html=1;" target="In8fDh9ZLN2M87an2Miy-100" value="">
          <mxGeometry relative="1" as="geometry" />
        </mxCell>
        <mxCell id="In8fDh9ZLN2M87an2Miy-103" connectable="0" parent="In8fDh9ZLN2M87an2Miy-101" style="edgeLabel;html=1;align=center;verticalAlign=middle;resizable=0;points=[];" value="0" vertex="1">
          <mxGeometry relative="1" x="-0.2536" y="-1" as="geometry">
            <mxPoint as="offset" />
          </mxGeometry>
        </mxCell>
+         <mxCell id="In8fDh9ZLN2M87an2Miy-106" edge="1" parent="1" source="In8fDh9ZLN2M87an2Miy-98" style="edgeStyle=orthogonalEdgeStyle;rounded=0;orthogonalLoop=1;jettySize=auto;html=1;entryX=0;entryY=0.5;entryDx=0;entryDy=0;" target="In8fDh9ZLN2M87an2Miy-105">
+           <mxGeometry relative="1" as="geometry" />
+         </mxCell>
        <mxCell id="In8fDh9ZLN2M87an2Miy-98" parent="1" style="rhombus;whiteSpace=wrap;html=1;" value="db transaction success" vertex="1">
          <mxGeometry height="115" width="115" x="1310" y="877.5" as="geometry" />
        </mxCell>
        <mxCell id="In8fDh9ZLN2M87an2Miy-100" parent="1" style="whiteSpace=wrap;html=1;" value="return error to client" vertex="1">
          <mxGeometry height="60" width="120" x="1307.5" y="1090" as="geometry" />
+         </mxCell>
+         <mxCell id="In8fDh9ZLN2M87an2Miy-105" parent="1" style="rounded=0;whiteSpace=wrap;html=1;" value="Scheduler" vertex="1">
+           <mxGeometry height="60" width="120" x="1620" y="905" as="geometry" />
        </mxCell>
      </root>
    </mxGraphModel>
  </diagram>
</mxfile>
